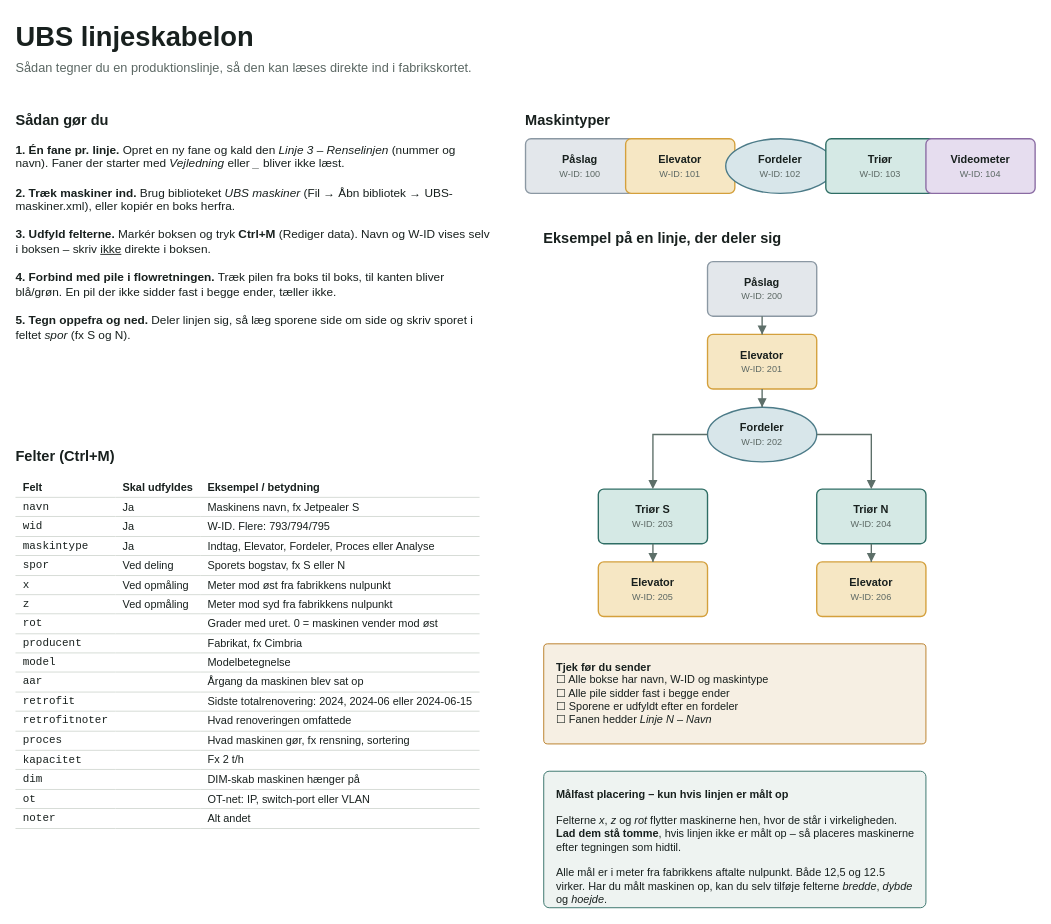
Above: page "Vejledning" (1 of 2) of templates/UBS-linjeskabelon.drawio in MikkelStaehrs/ubshybrid (draw.io), before the change. Source tidied: cells renumbered, new cells numbered last; positions are measured from the earlier drawing's top-left corner, leaving out a move shared by most shapes. Both pictures are drawn from the tidied source at 91%, with x=0, y=0 at pixel (15, 15).
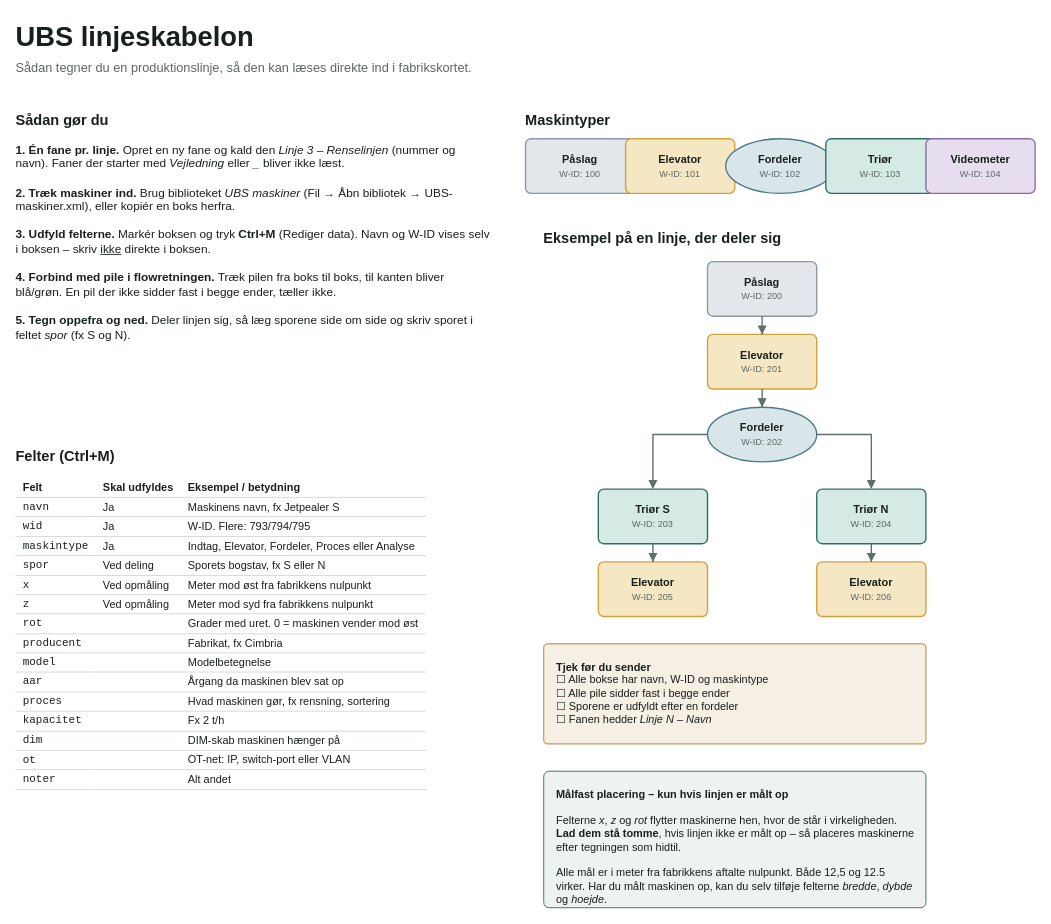
The same diagram, later.

Change to the diagram source:
```diff
@@
-    <mxCell id="5" value="&lt;font style=&quot;font-size: 16px;&quot;&gt;&lt;b&gt;Felter (Ctrl+M)&lt;/b&gt;&lt;/font&gt;&lt;br&gt;&lt;br&gt;&lt;table style=&quot;border-collapse:collapse;font-size:12px;width:100%;&quot;&gt;&lt;tr&gt;&lt;td style=&quot;padding:3px 8px;border-bottom:1px solid #D3D9D3;&quot;&gt;&lt;b&gt;Felt&lt;/b&gt;&lt;/td&gt;&lt;td style=&quot;padding:3px 8px;border-bottom:1px solid #D3D9D3;&quot;&gt;&lt;b&gt;Skal udfyldes&lt;/b&gt;&lt;/td&gt;&lt;td style=&quot;padding:3px 8px;border-bottom:1px solid #D3D9D3;&quot;&gt;&lt;b&gt;Eksempel / betydning&lt;/b&gt;&lt;/td&gt;&lt;/tr&gt;&lt;tr&gt;&lt;td style=&quot;padding:3px 8px;border-bottom:1px solid #D3D9D3;font-family:Courier New;&quot;&gt;navn&lt;/td&gt;&lt;td style=&quot;padding:3px 8px;border-bottom:1px solid #D3D9D3;&quot;&gt;Ja&lt;/td&gt;&lt;td style=&quot;padding:3px 8px;border-bottom:1px solid #D3D9D3;&quot;&gt;Maskinens navn, fx Jetpealer S&lt;/td&gt;&lt;/tr&gt;&lt;tr&gt;&lt;td style=&quot;padding:3px 8px;border-bottom:1px solid #D3D9D3;font-family:Courier New;&quot;&gt;wid&lt;/td&gt;&lt;td style=&quot;padding:3px 8px;border-bottom:1px solid #D3D9D3;&quot;&gt;Ja&lt;/td&gt;&lt;td style=&quot;padding:3px 8px;border-bottom:1px solid #D3D9D3;&quot;&gt;W-ID. Flere: 793/794/795&lt;/td&gt;&lt;/tr&gt;&lt;tr&gt;&lt;td style=&quot;padding:3px 8px;border-bottom:1px solid #D3D9D3;font-family:Courier New;&quot;&gt;maskintype&lt;/td&gt;&lt;td style=&quot;padding:3px 8px;border-bottom:1px solid #D3D9D3;&quot;&gt;Ja&lt;/td&gt;&lt;td style=&quot;padding:3px 8px;border-bottom:1px solid #D3D9D3;&quot;&gt;Indtag, Elevator, Fordeler, Proces eller Analyse&lt;/td&gt;&lt;/tr&gt;&lt;tr&gt;&lt;td style=&quot;padding:3px 8px;border-bottom:1px solid #D3D9D3;font-family:Courier New;&quot;&gt;spor&lt;/td&gt;&lt;td style=&quot;padding:3px 8px;border-bottom:1px solid #D3D9D3;&quot;&gt;Ved deling&lt;/td&gt;&lt;td style=&quot;padding:3px 8px;border-bottom:1px solid #D3D9D3;&quot;&gt;Sporets bogstav, fx S eller N&lt;/td&gt;&lt;/tr&gt;&lt;tr&gt;&lt;td style=&quot;padding:3px 8px;border-bottom:1px solid #D3D9D3;font-family:Courier New;&quot;&gt;x&lt;/td&gt;&lt;td style=&quot;padding:3px 8px;border-bottom:1px solid #D3D9D3;&quot;&gt;Ved opmåling&lt;/td&gt;&lt;td style=&quot;padding:3px 8px;border-bottom:1px solid #D3D9D3;&quot;&gt;Meter mod øst fra fabrikkens nulpunkt&lt;/td&gt;&lt;/tr&gt;&lt;tr&gt;&lt;td style=&quot;padding:3px 8px;border-bottom:1px solid #D3D9D3;font-family:Courier New;&quot;&gt;z&lt;/td&gt;&lt;td style=&quot;padding:3px 8px;border-bottom:1px solid #D3D9D3;&quot;&gt;Ved opmåling&lt;/td&gt;&lt;td style=&quot;padding:3px 8px;border-bottom:1px solid #D3D9D3;&quot;&gt;Meter mod syd fra fabrikkens nulpunkt&lt;/td&gt;&lt;/tr&gt;&lt;tr&gt;&lt;td style=&quot;padding:3px 8px;border-bottom:1px solid #D3D9D3;font-family:Courier New;&quot;&gt;rot&lt;/td&gt;&lt;td style=&quot;padding:3px 8px;border-bottom:1px solid #D3D9D3;&quot;&gt;&lt;/td&gt;&lt;td style=&quot;padding:3px 8px;border-bottom:1px solid #D3D9D3;&quot;&gt;Grader med uret. 0 = maskinen vender mod øst&lt;/td&gt;&lt;/tr&gt;&lt;tr&gt;&lt;td style=&quot;padding:3px 8px;border-bottom:1px solid #D3D9D3;font-family:Courier New;&quot;&gt;producent&lt;/td&gt;&lt;td style=&quot;padding:3px 8px;border-bottom:1px solid #D3D9D3;&quot;&gt;&lt;/td&gt;&lt;td style=&quot;padding:3px 8px;border-bottom:1px solid #D3D9D3;&quot;&gt;Fabrikat, fx Cimbria&lt;/td&gt;&lt;/tr&gt;&lt;tr&gt;&lt;td style=&quot;padding:3px 8px;border-bottom:1px solid #D3D9D3;font-family:Courier New;&quot;&gt;model&lt;/td&gt;&lt;td style=&quot;padding:3px 8px;border-bottom:1px solid #D3D9D3;&quot;&gt;&lt;/td&gt;&lt;td style=&quot;padding:3px 8px;border-bottom:1px solid #D3D9D3;&quot;&gt;Modelbetegnelse&lt;/td&gt;&lt;/tr&gt;&lt;tr&gt;&lt;td style=&quot;padding:3px 8px;border-bottom:1px solid #D3D9D3;font-family:Courier New;&quot;&gt;aar&lt;/td&gt;&lt;td style=&quot;padding:3px 8px;border-bottom:1px solid #D3D9D3;&quot;&gt;&lt;/td&gt;&lt;td style=&quot;padding:3px 8px;border-bottom:1px solid #D3D9D3;&quot;&gt;Årgang da maskinen blev sat op&lt;/td&gt;&lt;/tr&gt;&lt;tr&gt;&lt;td style=&quot;padding:3px 8px;border-bottom:1px solid #D3D9D3;font-family:Courier New;&quot;&gt;retrofit&lt;/td&gt;&lt;td style=&quot;padding:3px 8px;border-bottom:1px solid #D3D9D3;&quot;&gt;&lt;/td&gt;&lt;td style=&quot;padding:3px 8px;border-bottom:1px solid #D3D9D3;&quot;&gt;Sidste totalrenovering: 2024, 2024-06 eller 2024-06-15&lt;/td&gt;&lt;/tr&gt;&lt;tr&gt;&lt;td style=&quot;padding:3px 8px;border-bottom:1px solid #D3D9D3;font-family:Courier New;&quot;&gt;retrofitnoter&lt;/td&gt;&lt;td style=&quot;padding:3px 8px;border-bottom:1px solid #D3D9D3;&quot;&gt;&lt;/td&gt;&lt;td style=&quot;padding:3px 8px;border-bottom:1px solid #D3D9D3;&quot;&gt;Hvad renoveringen omfattede&lt;/td&gt;&lt;/tr&gt;&lt;tr&gt;&lt;td style=&quot;padding:3px 8px;border-bottom:1px solid #D3D9D3;font-family:Courier New;&quot;&gt;proces&lt;/td&gt;&lt;td style=&quot;padding:3px 8px;border-bottom:1px solid #D3D9D3;&quot;&gt;&lt;/td&gt;&lt;td style=&quot;padding:3px 8px;border-bottom:1px solid #D3D9D3;&quot;&gt;Hvad maskinen gør, fx rensning, sortering&lt;/td&gt;&lt;/tr&gt;&lt;tr&gt;&lt;td style=&quot;padding:3px 8px;border-bottom:1px solid #D3D9D3;font-family:Courier New;&quot;&gt;kapacitet&lt;/td&gt;&lt;td style=&quot;padding:3px 8px;border-bottom:1px solid #D3D9D3;&quot;&gt;&lt;/td&gt;&lt;td style=&quot;padding:3px 8px;border-bottom:1px solid #D3D9D3;&quot;&gt;Fx 2 t/h&lt;/td&gt;&lt;/tr&gt;&lt;tr&gt;&lt;td style=&quot;padding:3px 8px;border-bottom:1px solid #D3D9D3;font-family:Courier New;&quot;&gt;dim&lt;/td&gt;&lt;td style=&quot;padding:3px 8px;border-bottom:1px solid #D3D9D3;&quot;&gt;&lt;/td&gt;&lt;td style=&quot;padding:3px 8px;border-bottom:1px solid #D3D9D3;&quot;&gt;DIM-skab maskinen hænger på&lt;/td&gt;&lt;/tr&gt;&lt;tr&gt;&lt;td style=&quot;padding:3px 8px;border-bottom:1px solid #D3D9D3;font-family:Courier New;&quot;&gt;ot&lt;/td&gt;&lt;td style=&quot;padding:3px 8px;border-bottom:1px solid #D3D9D3;&quot;&gt;&lt;/td&gt;&lt;td style=&quot;padding:3px 8px;border-bottom:1px solid #D3D9D3;&quot;&gt;OT-net: IP, switch-port eller VLAN&lt;/td&gt;&lt;/tr&gt;&lt;tr&gt;&lt;td style=&quot;padding:3px 8px;border-bottom:1px solid #D3D9D3;font-family:Courier New;&quot;&gt;noter&lt;/td&gt;&lt;td style=&quot;padding:3px 8px;border-bottom:1px solid #D3D9D3;&quot;&gt;&lt;/td&gt;&lt;td style=&quot;padding:3px 8px;border-bottom:1px solid #D3D9D3;&quot;&gt;Alt andet&lt;/td&gt;&lt;/tr&gt;&lt;/table&gt;" style="text;html=1;align=left;verticalAlign=top;whiteSpace=wrap;fontFamily=Helvetica;fontColor=#18201E;spacing=0;" parent="1" vertex="1">
-      <mxGeometry y="470" width="520" height="450" as="geometry" />
+    <mxCell id="5" value="&lt;font style=&quot;font-size: 16px;&quot;&gt;&lt;b&gt;Felter (Ctrl+M)&lt;/b&gt;&lt;/font&gt;&lt;br&gt;&lt;br&gt;&lt;table style=&quot;border-collapse:collapse;font-size:12px;width:100%;&quot;&gt;&lt;tr&gt;&lt;td style=&quot;padding:3px 8px;border-bottom:1px solid #D3D9D3;&quot;&gt;&lt;b&gt;Felt&lt;/b&gt;&lt;/td&gt;&lt;td style=&quot;padding:3px 8px;border-bottom:1px solid #D3D9D3;&quot;&gt;&lt;b&gt;Skal udfyldes&lt;/b&gt;&lt;/td&gt;&lt;td style=&quot;padding:3px 8px;border-bottom:1px solid #D3D9D3;&quot;&gt;&lt;b&gt;Eksempel / betydning&lt;/b&gt;&lt;/td&gt;&lt;/tr&gt;&lt;tr&gt;&lt;td style=&quot;padding:3px 8px;border-bottom:1px solid #D3D9D3;font-family:Courier New;&quot;&gt;navn&lt;/td&gt;&lt;td style=&quot;padding:3px 8px;border-bottom:1px solid #D3D9D3;&quot;&gt;Ja&lt;/td&gt;&lt;td style=&quot;padding:3px 8px;border-bottom:1px solid #D3D9D3;&quot;&gt;Maskinens navn, fx Jetpealer S&lt;/td&gt;&lt;/tr&gt;&lt;tr&gt;&lt;td style=&quot;padding:3px 8px;border-bottom:1px solid #D3D9D3;font-family:Courier New;&quot;&gt;wid&lt;/td&gt;&lt;td style=&quot;padding:3px 8px;border-bottom:1px solid #D3D9D3;&quot;&gt;Ja&lt;/td&gt;&lt;td style=&quot;padding:3px 8px;border-bottom:1px solid #D3D9D3;&quot;&gt;W-ID. Flere: 793/794/795&lt;/td&gt;&lt;/tr&gt;&lt;tr&gt;&lt;td style=&quot;padding:3px 8px;border-bottom:1px solid #D3D9D3;font-family:Courier New;&quot;&gt;maskintype&lt;/td&gt;&lt;td style=&quot;padding:3px 8px;border-bottom:1px solid #D3D9D3;&quot;&gt;Ja&lt;/td&gt;&lt;td style=&quot;padding:3px 8px;border-bottom:1px solid #D3D9D3;&quot;&gt;Indtag, Elevator, Fordeler, Proces eller Analyse&lt;/td&gt;&lt;/tr&gt;&lt;tr&gt;&lt;td style=&quot;padding:3px 8px;border-bottom:1px solid #D3D9D3;font-family:Courier New;&quot;&gt;spor&lt;/td&gt;&lt;td style=&quot;padding:3px 8px;border-bottom:1px solid #D3D9D3;&quot;&gt;Ved deling&lt;/td&gt;&lt;td style=&quot;padding:3px 8px;border-bottom:1px solid #D3D9D3;&quot;&gt;Sporets bogstav, fx S eller N&lt;/td&gt;&lt;/tr&gt;&lt;tr&gt;&lt;td style=&quot;padding:3px 8px;border-bottom:1px solid #D3D9D3;font-family:Courier New;&quot;&gt;x&lt;/td&gt;&lt;td style=&quot;padding:3px 8px;border-bottom:1px solid #D3D9D3;&quot;&gt;Ved opmåling&lt;/td&gt;&lt;td style=&quot;padding:3px 8px;border-bottom:1px solid #D3D9D3;&quot;&gt;Meter mod øst fra fabrikkens nulpunkt&lt;/td&gt;&lt;/tr&gt;&lt;tr&gt;&lt;td style=&quot;padding:3px 8px;border-bottom:1px solid #D3D9D3;font-family:Courier New;&quot;&gt;z&lt;/td&gt;&lt;td style=&quot;padding:3px 8px;border-bottom:1px solid #D3D9D3;&quot;&gt;Ved opmåling&lt;/td&gt;&lt;td style=&quot;padding:3px 8px;border-bottom:1px solid #D3D9D3;&quot;&gt;Meter mod syd fra fabrikkens nulpunkt&lt;/td&gt;&lt;/tr&gt;&lt;tr&gt;&lt;td style=&quot;padding:3px 8px;border-bottom:1px solid #D3D9D3;font-family:Courier New;&quot;&gt;rot&lt;/td&gt;&lt;td style=&quot;padding:3px 8px;border-bottom:1px solid #D3D9D3;&quot;&gt;&lt;/td&gt;&lt;td style=&quot;padding:3px 8px;border-bottom:1px solid #D3D9D3;&quot;&gt;Grader med uret. 0 = maskinen vender mod øst&lt;/td&gt;&lt;/tr&gt;&lt;tr&gt;&lt;td style=&quot;padding:3px 8px;border-bottom:1px solid #D3D9D3;font-family:Courier New;&quot;&gt;producent&lt;/td&gt;&lt;td style=&quot;padding:3px 8px;border-bottom:1px solid #D3D9D3;&quot;&gt;&lt;/td&gt;&lt;td style=&quot;padding:3px 8px;border-bottom:1px solid #D3D9D3;&quot;&gt;Fabrikat, fx Cimbria&lt;/td&gt;&lt;/tr&gt;&lt;tr&gt;&lt;td style=&quot;padding:3px 8px;border-bottom:1px solid #D3D9D3;font-family:Courier New;&quot;&gt;model&lt;/td&gt;&lt;td style=&quot;padding:3px 8px;border-bottom:1px solid #D3D9D3;&quot;&gt;&lt;/td&gt;&lt;td style=&quot;padding:3px 8px;border-bottom:1px solid #D3D9D3;&quot;&gt;Modelbetegnelse&lt;/td&gt;&lt;/tr&gt;&lt;tr&gt;&lt;td style=&quot;padding:3px 8px;border-bottom:1px solid #D3D9D3;font-family:Courier New;&quot;&gt;aar&lt;/td&gt;&lt;td style=&quot;padding:3px 8px;border-bottom:1px solid #D3D9D3;&quot;&gt;&lt;/td&gt;&lt;td style=&quot;padding:3px 8px;border-bottom:1px solid #D3D9D3;&quot;&gt;Årgang da maskinen blev sat op&lt;/td&gt;&lt;/tr&gt;&lt;tr&gt;&lt;td style=&quot;padding:3px 8px;border-bottom:1px solid #D3D9D3;font-family:Courier New;&quot;&gt;proces&lt;/td&gt;&lt;td style=&quot;padding:3px 8px;border-bottom:1px solid #D3D9D3;&quot;&gt;&lt;/td&gt;&lt;td style=&quot;padding:3px 8px;border-bottom:1px solid #D3D9D3;&quot;&gt;Hvad maskinen gør, fx rensning, sortering&lt;/td&gt;&lt;/tr&gt;&lt;tr&gt;&lt;td style=&quot;padding:3px 8px;border-bottom:1px solid #D3D9D3;font-family:Courier New;&quot;&gt;kapacitet&lt;/td&gt;&lt;td style=&quot;padding:3px 8px;border-bottom:1px solid #D3D9D3;&quot;&gt;&lt;/td&gt;&lt;td style=&quot;padding:3px 8px;border-bottom:1px solid #D3D9D3;&quot;&gt;Fx 2 t/h&lt;/td&gt;&lt;/tr&gt;&lt;tr&gt;&lt;td style=&quot;padding:3px 8px;border-bottom:1px solid #D3D9D3;font-family:Courier New;&quot;&gt;dim&lt;/td&gt;&lt;td style=&quot;padding:3px 8px;border-bottom:1px solid #D3D9D3;&quot;&gt;&lt;/td&gt;&lt;td style=&quot;padding:3px 8px;border-bottom:1px solid #D3D9D3;&quot;&gt;DIM-skab maskinen hænger på&lt;/td&gt;&lt;/tr&gt;&lt;tr&gt;&lt;td style=&quot;padding:3px 8px;border-bottom:1px solid #D3D9D3;font-family:Courier New;&quot;&gt;ot&lt;/td&gt;&lt;td style=&quot;padding:3px 8px;border-bottom:1px solid #D3D9D3;&quot;&gt;&lt;/td&gt;&lt;td style=&quot;padding:3px 8px;border-bottom:1px solid #D3D9D3;&quot;&gt;OT-net: IP, switch-port eller VLAN&lt;/td&gt;&lt;/tr&gt;&lt;tr&gt;&lt;td style=&quot;padding:3px 8px;border-bottom:1px solid #D3D9D3;font-family:Courier New;&quot;&gt;noter&lt;/td&gt;&lt;td style=&quot;padding:3px 8px;border-bottom:1px solid #D3D9D3;&quot;&gt;&lt;/td&gt;&lt;td style=&quot;padding:3px 8px;border-bottom:1px solid #D3D9D3;&quot;&gt;Alt andet&lt;/td&gt;&lt;/tr&gt;&lt;/table&gt;" style="text;html=1;align=left;verticalAlign=top;whiteSpace=wrap;fontFamily=Helvetica;fontColor=#18201E;spacing=0;" parent="1" vertex="1">
+      <mxGeometry y="470" width="520" height="400" as="geometry" />
     </mxCell>
```
